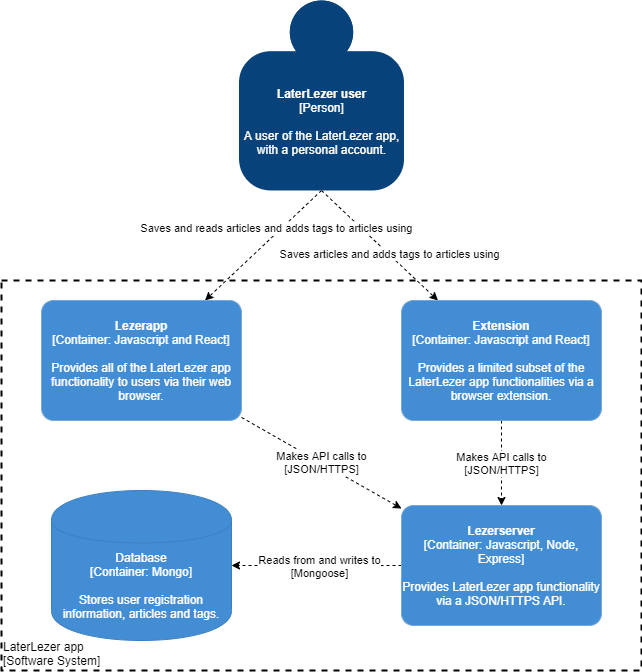
Earlier version of the draw.io export documents/c4model-container-diagram (1).png (Patrickroelofs/HANICA-DWA-Laterlezer). Source tidied: cells renumbered, new cells last; positions are measured from the earlier drawing's top-left corner, leaving out a move shared by most shapes.
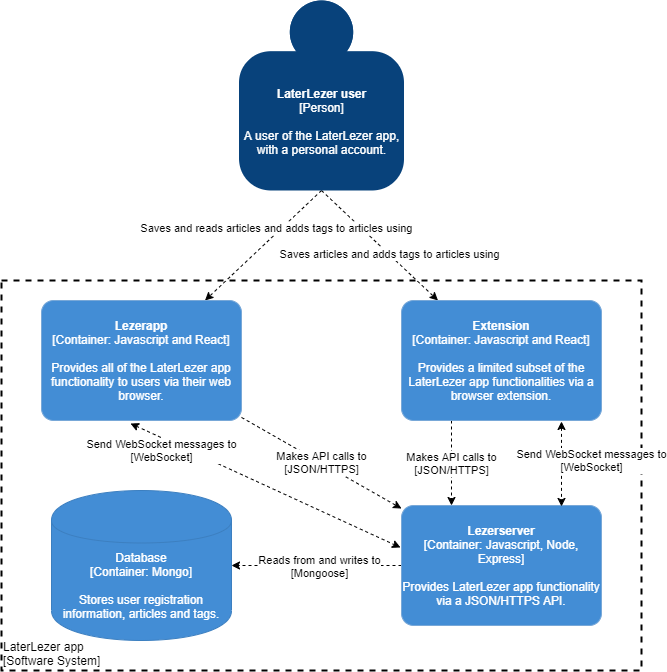
After the commit.

Diff of the diagram source:
```diff
@@ -34,7 +34,7 @@
         <mxGeometry x="40" y="300" width="200" height="120" as="geometry" />
       </mxCell>
     </object>
-    <mxCell id="10" value="Makes API calls to&lt;br&gt;[JSON/HTTPS]" style="edgeStyle=none;rounded=0;jettySize=auto;html=1;strokeColor=#000000;dashed=1;" parent="1" edge="1" source="11" target="14">
+    <mxCell id="10" value="Makes API calls to&lt;br&gt;[JSON/HTTPS]" style="edgeStyle=none;rounded=0;jettySize=auto;html=1;strokeColor=#000000;dashed=1;exitX=0.25;exitY=1;exitDx=0;exitDy=0;exitPerimeter=0;entryX=0.25;entryY=0;entryDx=0;entryDy=0;entryPerimeter=0;" parent="1" edge="1" source="11" target="14">
       <mxGeometry relative="1" as="geometry" />
     </mxCell>
     <object id="11" label="&lt;b&gt;%c4Name%&lt;/b&gt;&lt;div&gt;[%c4Type%: %c4Technology%]&lt;/div&gt;&lt;br&gt;&lt;div&gt;%c4Description%&lt;/div&gt;" c4Description="Provides a limited subset of the LaterLezer app functionalities via a browser extension." c4Name="Extension" c4Technology="Javascript and React" c4Type="Container" placeholders="1">
@@ -60,5 +60,19 @@
         <mxGeometry x="50" y="490" width="180" height="150" as="geometry" />
       </mxCell>
     </object>
+    <mxCell id="16" style="edgeStyle=none;rounded=0;jettySize=auto;html=1;dashed=1;exitX=0.445;exitY=1.025;exitDx=0;exitDy=0;exitPerimeter=0;startArrow=classic;startFill=1;entryX=-0.005;entryY=0.35;entryDx=0;entryDy=0;entryPerimeter=0;" parent="1" edge="1" source="9" target="14">
+      <mxGeometry relative="1" as="geometry" />
+    </mxCell>
+    <mxCell id="17" style="edgeStyle=none;rounded=0;jettySize=auto;html=1;dashed=1;startArrow=classic;startFill=1;entryX=0.8;entryY=0.008;entryDx=0;entryDy=0;entryPerimeter=0;" parent="1" edge="1" target="14">
+      <mxGeometry relative="1" as="geometry">
+        <mxPoint x="560" y="421" as="sourcePoint" />
+      </mxGeometry>
+    </mxCell>
+    <mxCell id="18" value="Send WebSocket messages to&lt;br&gt;[WebSocket]" style="edgeLabel;html=1;align=center;verticalAlign=middle;" parent="1" vertex="1">
+      <mxGeometry x="160" y="450" as="geometry" />
+    </mxCell>
+    <mxCell id="19" value="Send WebSocket messages to&lt;br&gt;[WebSocket]" style="edgeLabel;html=1;align=center;verticalAlign=middle;" parent="1" vertex="1">
+      <mxGeometry x="590" y="460" as="geometry" />
+    </mxCell>
   </root>
 </mxGraphModel>
```
